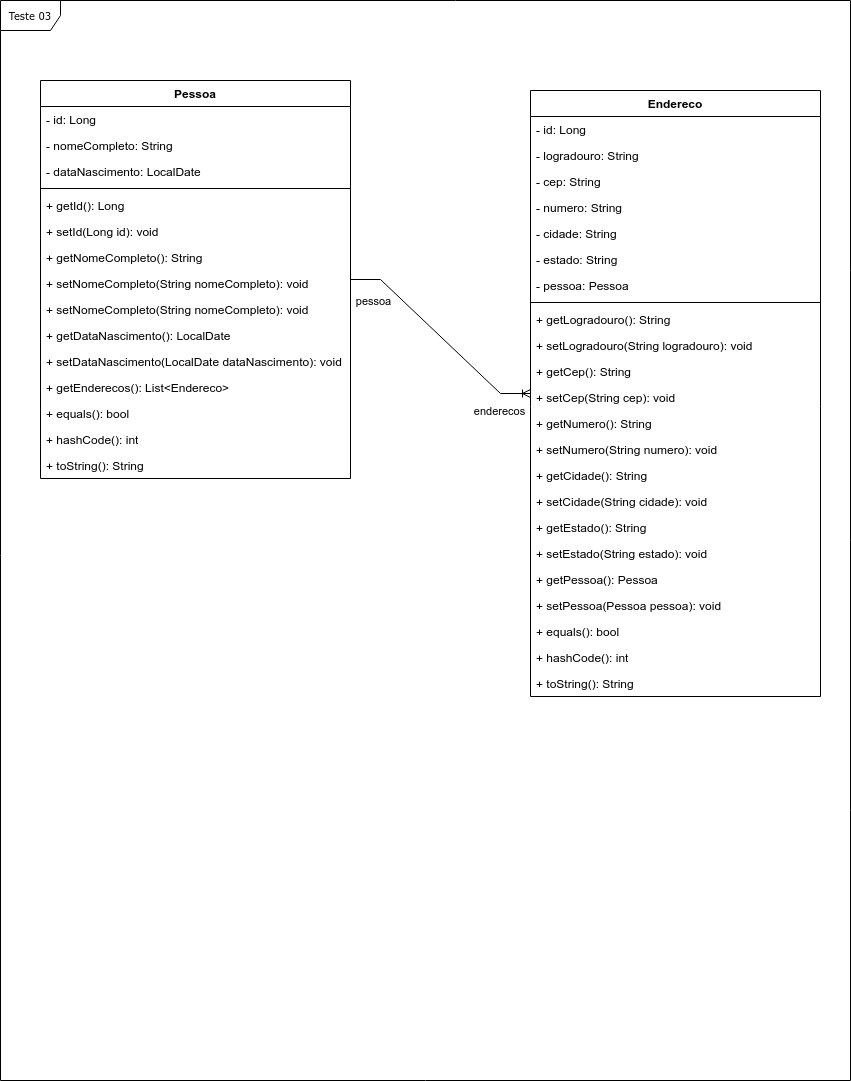
Above: assets/teste-03-diagrama.drawio.png in JuniorAC90/api-attus-teste-03 (draw.io), before the change. Source tidied: cells renumbered, new cells last; positions are measured from the earlier drawing's top-left corner, leaving out a move shared by most shapes.
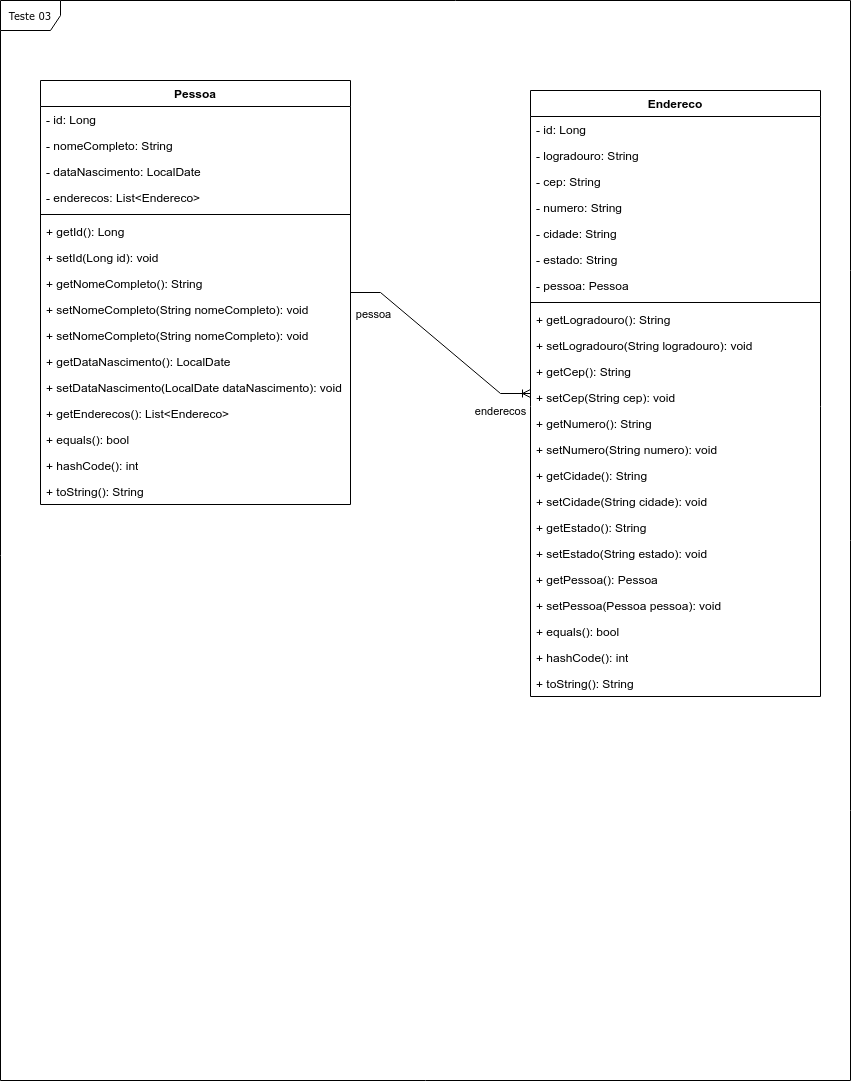
After the commit.

Commit message:
Criado o mapeamento para atualização da entidade Endereco

What changed in the source:
```diff
@@ -6,7 +6,7 @@
       <mxGeometry width="850" height="1080" as="geometry" />
     </mxCell>
     <mxCell id="3" value="Pessoa" style="swimlane;fontStyle=1;align=center;verticalAlign=top;horizontal=1;startSize=26;whiteSpace=wrap;html=1;" parent="1" vertex="1">
-      <mxGeometry x="40" y="80" width="310" height="398" as="geometry" />
+      <mxGeometry x="40" y="80" width="310" height="424" as="geometry" />
     </mxCell>
     <mxCell id="4" value="- id: Long&lt;div&gt;&lt;br&gt;&lt;/div&gt;" style="text;strokeColor=none;fillColor=none;align=left;verticalAlign=top;spacingLeft=4;spacingRight=4;overflow=hidden;whiteSpace=wrap;html=1;" parent="3" vertex="1">
       <mxGeometry y="26" width="310" height="26" as="geometry" />
@@ -17,41 +17,44 @@
     <mxCell id="6" value="- dataNascimento: LocalDate" style="text;html=1;strokeColor=none;fillColor=none;align=left;verticalAlign=top;spacingLeft=4;spacingRight=4;whiteSpace=wrap;overflow=hidden;" parent="3" vertex="1">
       <mxGeometry y="78" width="310" height="26" as="geometry" />
     </mxCell>
+    <mxCell id="46" value="- enderecos: List&amp;lt;Endereco&amp;gt;&lt;div&gt;&lt;br&gt;&lt;/div&gt;" style="text;html=1;strokeColor=none;fillColor=none;align=left;verticalAlign=top;spacingLeft=4;spacingRight=4;whiteSpace=wrap;overflow=hidden;" parent="3" vertex="1">
+      <mxGeometry y="104" width="310" height="26" as="geometry" />
+    </mxCell>
     <mxCell id="7" style="line;strokeWidth=1;fillColor=none;align=left;verticalAlign=middle;spacingTop=-1;spacingLeft=3;spacingRight=3;labelPosition=right;strokeColor=inherit;" parent="3" vertex="1">
-      <mxGeometry y="104" width="310" height="8" as="geometry" />
+      <mxGeometry y="130" width="310" height="8" as="geometry" />
     </mxCell>
     <mxCell id="8" value="+ getId(): Long" style="text;strokeColor=none;fillColor=none;align=left;verticalAlign=top;spacingLeft=4;spacingRight=4;overflow=hidden;whiteSpace=wrap;html=1;" parent="3" vertex="1">
-      <mxGeometry y="112" width="310" height="26" as="geometry" />
+      <mxGeometry y="138" width="310" height="26" as="geometry" />
     </mxCell>
     <mxCell id="9" value="+ setId(Long id): void" style="text;strokeColor=none;fillColor=none;align=left;verticalAlign=top;spacingLeft=4;spacingRight=4;overflow=hidden;whiteSpace=wrap;html=1;" parent="3" vertex="1">
-      <mxGeometry y="138" width="310" height="26" as="geometry" />
+      <mxGeometry y="164" width="310" height="26" as="geometry" />
     </mxCell>
     <mxCell id="10" value="+ getNomeCompleto(): String" style="text;strokeColor=none;fillColor=none;align=left;verticalAlign=top;spacingLeft=4;spacingRight=4;overflow=hidden;whiteSpace=wrap;html=1;" parent="3" vertex="1">
-      <mxGeometry y="164" width="310" height="26" as="geometry" />
+      <mxGeometry y="190" width="310" height="26" as="geometry" />
     </mxCell>
     <mxCell id="11" value="+ setNomeCompleto(String nomeCompleto): void" style="text;strokeColor=none;fillColor=none;align=left;verticalAlign=top;spacingLeft=4;spacingRight=4;overflow=hidden;whiteSpace=wrap;html=1;" parent="3" vertex="1">
-      <mxGeometry y="190" width="310" height="26" as="geometry" />
+      <mxGeometry y="216" width="310" height="26" as="geometry" />
     </mxCell>
     <mxCell id="12" value="+ setNomeCompleto(String nomeCompleto): void" style="text;strokeColor=none;fillColor=none;align=left;verticalAlign=top;spacingLeft=4;spacingRight=4;overflow=hidden;whiteSpace=wrap;html=1;" parent="3" vertex="1">
-      <mxGeometry y="216" width="310" height="26" as="geometry" />
+      <mxGeometry y="242" width="310" height="26" as="geometry" />
     </mxCell>
     <mxCell id="13" value="+ getDataNascimento(): LocalDate" style="text;strokeColor=none;fillColor=none;align=left;verticalAlign=top;spacingLeft=4;spacingRight=4;overflow=hidden;whiteSpace=wrap;html=1;" parent="3" vertex="1">
-      <mxGeometry y="242" width="310" height="26" as="geometry" />
+      <mxGeometry y="268" width="310" height="26" as="geometry" />
     </mxCell>
     <mxCell id="14" value="+ setDataNascimento(LocalDate dataNascimento): void" style="text;strokeColor=none;fillColor=none;align=left;verticalAlign=top;spacingLeft=4;spacingRight=4;overflow=hidden;whiteSpace=wrap;html=1;" parent="3" vertex="1">
-      <mxGeometry y="268" width="310" height="26" as="geometry" />
+      <mxGeometry y="294" width="310" height="26" as="geometry" />
     </mxCell>
     <mxCell id="15" value="+ getEnderecos(): List&amp;lt;Endereco&amp;gt;" style="text;html=1;strokeColor=none;fillColor=none;align=left;verticalAlign=top;spacingLeft=4;spacingRight=4;whiteSpace=wrap;overflow=hidden;" parent="3" vertex="1">
-      <mxGeometry y="294" width="310" height="26" as="geometry" />
+      <mxGeometry y="320" width="310" height="26" as="geometry" />
     </mxCell>
     <mxCell id="16" value="+ equals(): bool" style="text;strokeColor=none;fillColor=none;align=left;verticalAlign=top;spacingLeft=4;spacingRight=4;overflow=hidden;whiteSpace=wrap;html=1;" parent="3" vertex="1">
-      <mxGeometry y="320" width="310" height="26" as="geometry" />
+      <mxGeometry y="346" width="310" height="26" as="geometry" />
     </mxCell>
     <mxCell id="17" value="+ hashCode(): int" style="text;strokeColor=none;fillColor=none;align=left;verticalAlign=top;spacingLeft=4;spacingRight=4;overflow=hidden;whiteSpace=wrap;html=1;" parent="3" vertex="1">
-      <mxGeometry y="346" width="310" height="26" as="geometry" />
+      <mxGeometry y="372" width="310" height="26" as="geometry" />
     </mxCell>
     <mxCell id="18" value="+ toString(): String" style="text;strokeColor=none;fillColor=none;align=left;verticalAlign=top;spacingLeft=4;spacingRight=4;overflow=hidden;whiteSpace=wrap;html=1;" parent="3" vertex="1">
-      <mxGeometry y="372" width="310" height="26" as="geometry" />
+      <mxGeometry y="398" width="310" height="26" as="geometry" />
     </mxCell>
     <mxCell id="19" value="Endereco" style="swimlane;fontStyle=1;align=center;verticalAlign=top;horizontal=1;startSize=26;whiteSpace=wrap;html=1;" parent="1" vertex="1">
       <mxGeometry x="530" y="90" width="290" height="606" as="geometry" />
```
